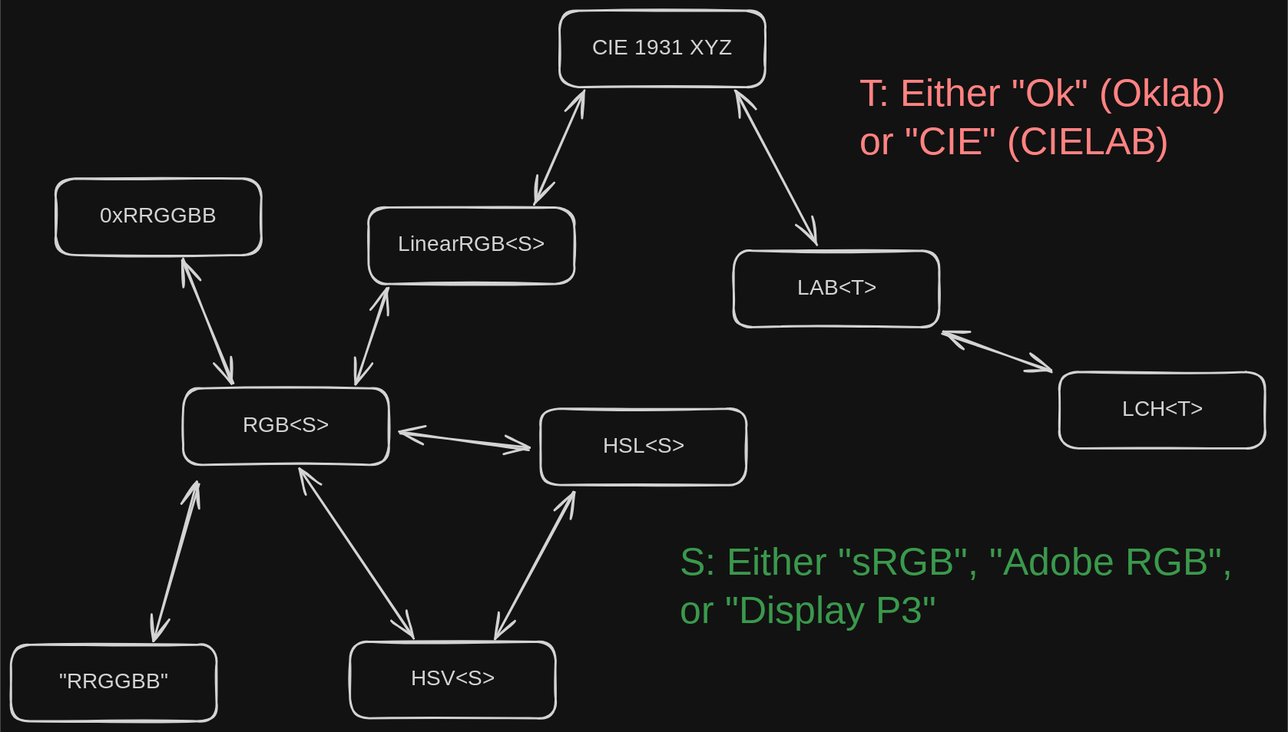
Trombecher/allc keeps this Excalidraw diagram as conversions.excalidraw.svg. Above is the earlier version. Source tidied: one line per element, renumbered; positions are measured from the earlier drawing's top-left corner, leaving out a move shared by most shapes.
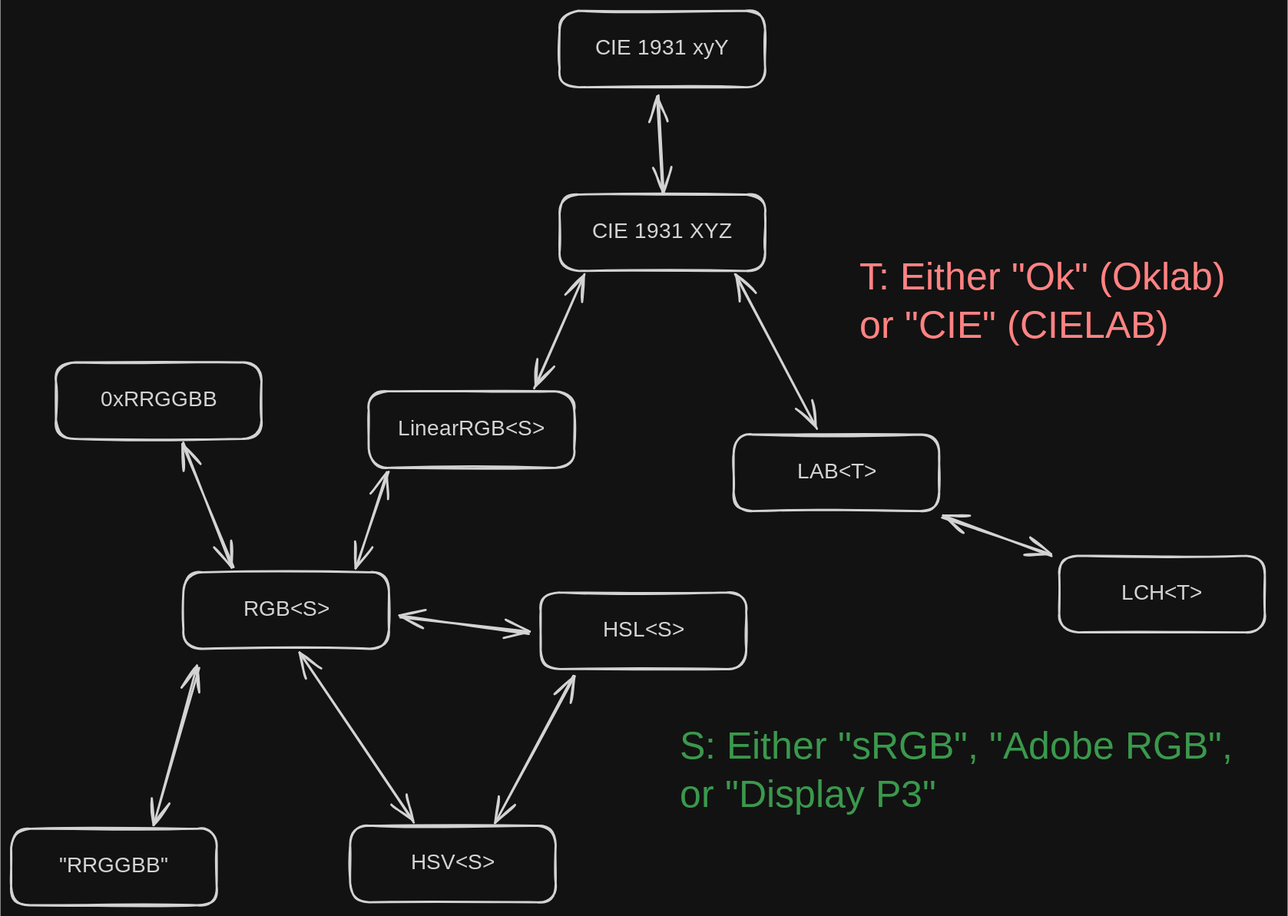
The same diagram one commit later.

What changed in the source:
```diff
@@ -1,5 +1,7 @@
 {"id": 0, "type": "rectangle", "strokeColor": "#1e1e1e", "strokeWidth": 2, "roughness": 1, "round": true, "x": 510, "y": 0, "width": 191, "height": 71}
 {"id": 1, "type": "text", "text": "CIE 1931 XYZ", "strokeColor": "#1e1e1e", "strokeWidth": 2, "roughness": 1, "fontSize": 20, "fontFamily": 5, "textAlign": "center", "verticalAlign": "middle", "inside": 0, "x": 538, "y": 23, "width": 135, "height": 25}
+{"id": 29, "type": "rectangle", "strokeColor": "#1e1e1e", "strokeWidth": 2, "roughness": 1, "round": true, "x": 510, "y": -171, "width": 191, "height": 71}
+{"id": 30, "type": "text", "text": "CIE 1931 xyY", "strokeColor": "#1e1e1e", "strokeWidth": 2, "roughness": 1, "fontSize": 20, "fontFamily": 5, "textAlign": "center", "verticalAlign": "middle", "inside": 29, "x": 541, "y": -148, "width": 129, "height": 25}
 {"id": 2, "type": "rectangle", "strokeColor": "#1e1e1e", "strokeWidth": 2, "roughness": 1, "round": true, "x": 672, "y": 223, "width": 191, "height": 71}
 {"id": 3, "type": "text", "text": "LAB<T>", "strokeColor": "#1e1e1e", "strokeWidth": 2, "roughness": 1, "fontSize": 20, "fontFamily": 5, "textAlign": "center", "verticalAlign": "middle", "inside": 2, "x": 728, "y": 247, "width": 79, "height": 25}
 {"id": 4, "type": "rectangle", "strokeColor": "#1e1e1e", "strokeWidth": 2, "roughness": 1, "round": true, "x": 333, "y": 183, "width": 191, "height": 71}
@@ -19,6 +21,7 @@
 {"id": 18, "type": "arrow", "strokeColor": "#1e1e1e", "strokeWidth": 2, "roughness": 1, "startArrowhead": "arrow", "endArrowhead": "arrow", "round": true, "from": 0, "to": 2, "x": 674, "y": 74, "width": 76, "height": 144, "points": [[0, 0], [76, 144]]}
 {"id": 19, "type": "arrow", "strokeColor": "#1e1e1e", "strokeWidth": 2, "roughness": 1, "startArrowhead": "arrow", "endArrowhead": "arrow", "round": true, "from": 2, "to": 16, "x": 866, "y": 300, "width": 101, "height": 36, "points": [[0, 0], [101, 36]]}
 {"id": 20, "type": "arrow", "strokeColor": "#1e1e1e", "strokeWidth": 2, "roughness": 1, "startArrowhead": "arrow", "endArrowhead": "arrow", "round": true, "from": 4, "to": 0, "x": 488, "y": 179, "width": 44, "height": 104, "points": [[0, 0], [44, -104]]}
+{"id": 31, "type": "arrow", "strokeColor": "#1e1e1e", "strokeWidth": 2, "roughness": 1, "startArrowhead": "arrow", "endArrowhead": "arrow", "round": true, "from": 0, "to": 29, "x": 606, "y": -3, "width": 4, "height": 89, "points": [[0, 0], [-4, -89]]}
 {"id": 21, "type": "arrow", "strokeColor": "#1e1e1e", "strokeWidth": 2, "roughness": 1, "startArrowhead": "arrow", "endArrowhead": "arrow", "round": true, "from": 4, "to": 6, "x": 351, "y": 258, "width": 29, "height": 89, "points": [[0, 0], [-29, 89]]}
 {"id": 22, "type": "arrow", "strokeColor": "#1e1e1e", "strokeWidth": 2, "roughness": 1, "startArrowhead": "arrow", "endArrowhead": "arrow", "round": true, "from": 6, "to": 8, "x": 206, "y": 346, "width": 46, "height": 115, "points": [[0, 0], [-46, -115]]}
 {"id": 23, "type": "arrow", "strokeColor": "#1e1e1e", "strokeWidth": 2, "roughness": 1, "startArrowhead": "arrow", "endArrowhead": "arrow", "round": true, "from": 6, "to": 10, "x": 173, "y": 439, "width": 41, "height": 147, "points": [[0, 0], [-41, 147]]}
```
